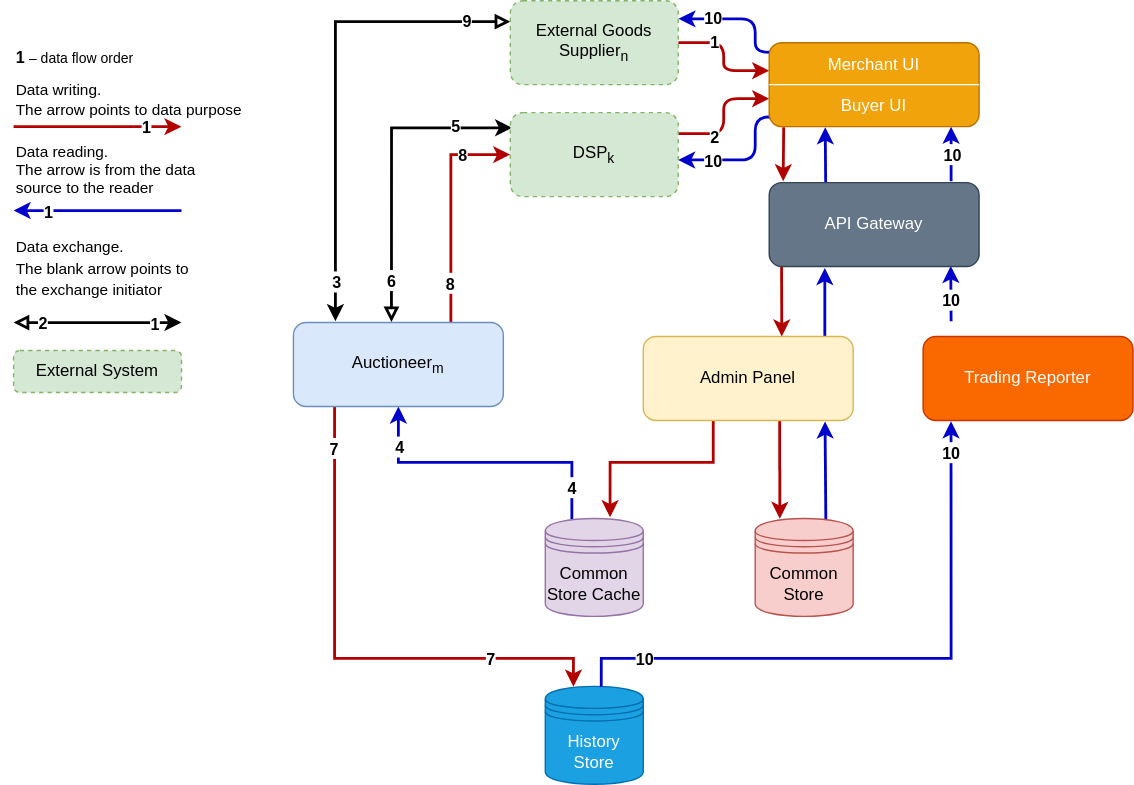
Above: doc/architecture.svg in RTB-Project/Auctioneer (draw.io), before the change. Source tidied: cells renumbered, new cells last; positions are measured from the earlier drawing's top-left corner, leaving out a move shared by most shapes.
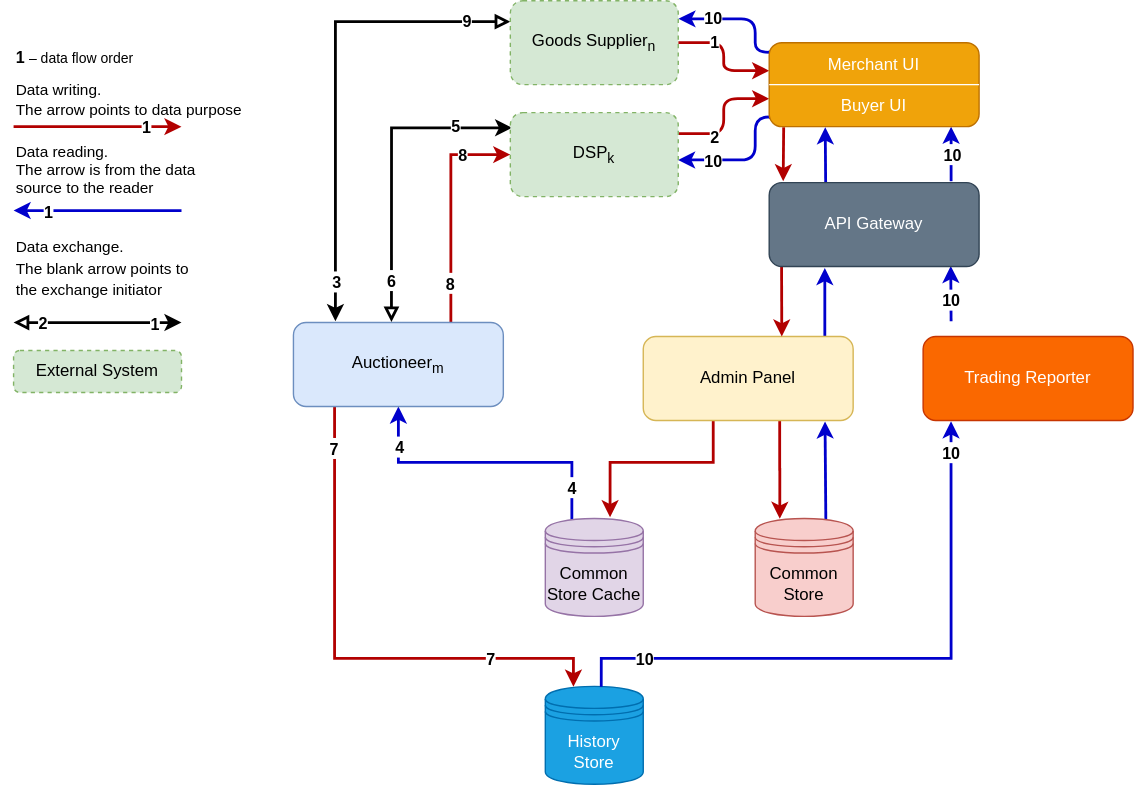
Later version of the same file.

Diff of the diagram source:
```diff
@@ -146,7 +146,7 @@
         <mxPoint x="-12.3" as="offset" />
       </mxGeometry>
     </mxCell>
-    <mxCell id="34" value="External Goods Supplier&lt;sub&gt;n&lt;/sub&gt;" style="rounded=1;whiteSpace=wrap;html=1;dashed=1;fillColor=#d5e8d4;strokeColor=#82b366;labelBackgroundColor=none;" parent="1" vertex="1">
+    <mxCell id="34" value="Goods Supplier&lt;sub&gt;n&lt;/sub&gt;" style="rounded=1;whiteSpace=wrap;html=1;dashed=1;fillColor=#d5e8d4;strokeColor=#82b366;labelBackgroundColor=none;" parent="1" vertex="1">
       <mxGeometry x="355" width="120" height="60" as="geometry" />
     </mxCell>
     <mxCell id="35" style="group;labelBackgroundColor=none;" parent="1" vertex="1">
```
